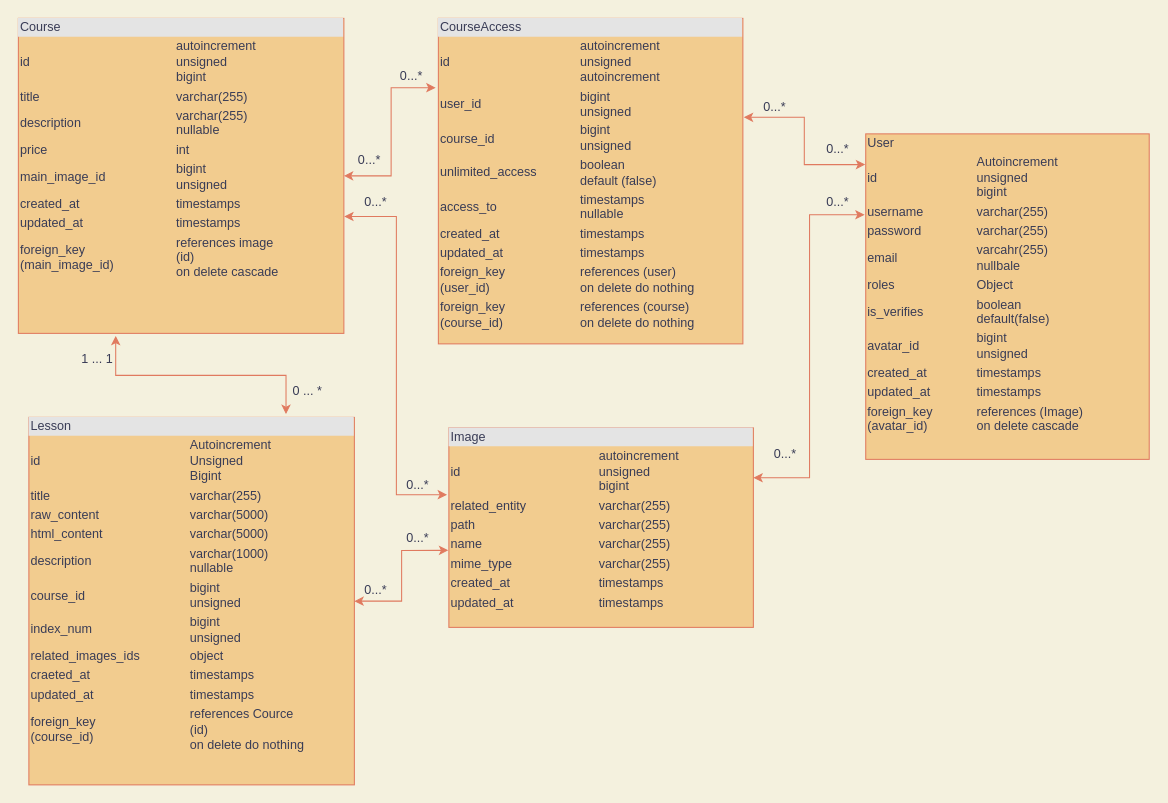
Before: page "Entity-tables" (1 of 2) of UML.drawio in ilya372317/LMS-docker-pack, a draw.io diagram. Source tidied: cells renumbered, new cells numbered last; positions are measured from the earlier drawing's top-left corner, leaving out a move shared by most shapes. Both pictures are drawn from the tidied source at 105%, with x=0, y=0 at pixel (18, 18).
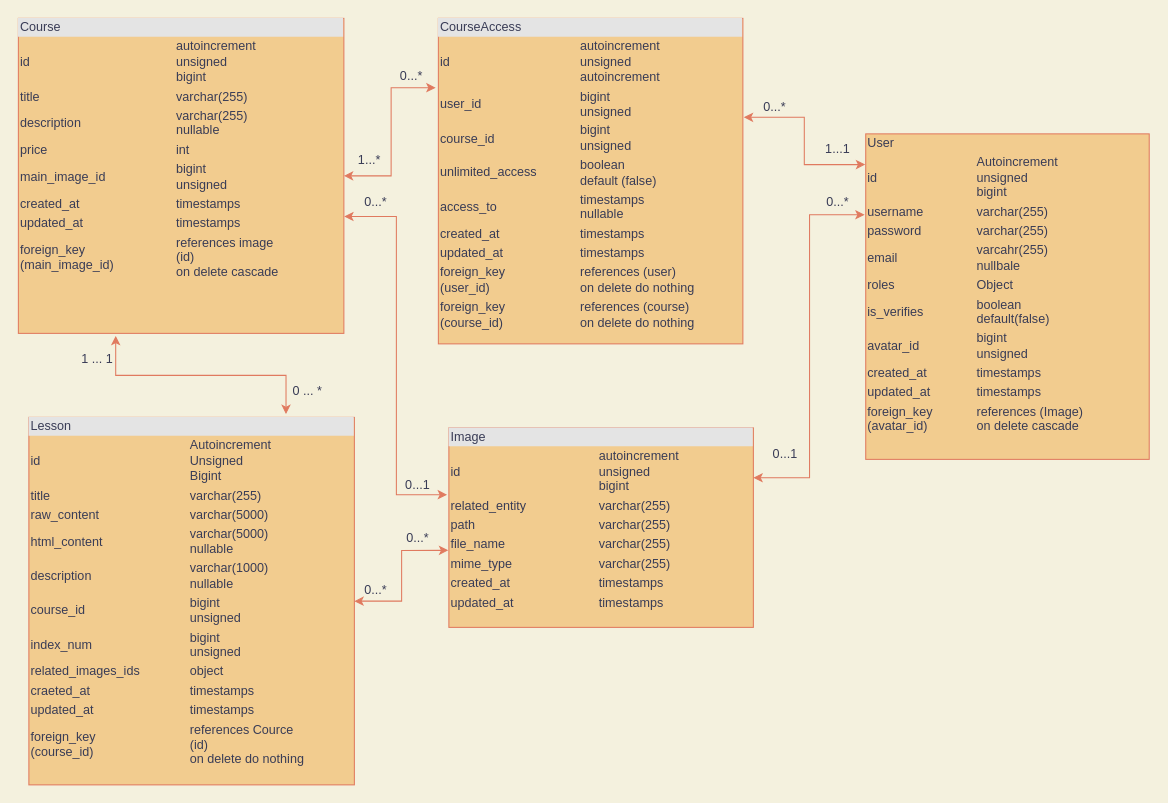
The same page after the edit.

Commit message (it also covers changes not shown here):
writing diagram for images

What changed in the source:
```diff
@@
-    <mxCell id="2" value="&lt;div style=&quot;box-sizing:border-box;width:100%;background:#e4e4e4;padding:2px;&quot;&gt;Lesson&lt;/div&gt;&lt;table style=&quot;width:100%;font-size:1em;&quot; cellpadding=&quot;2&quot; cellspacing=&quot;0&quot;&gt;&lt;tbody&gt;&lt;tr&gt;&lt;td&gt;id&lt;/td&gt;&lt;td&gt;Autoincrement&lt;br&gt;Unsigned&lt;br&gt;Bigint&lt;/td&gt;&lt;/tr&gt;&lt;tr&gt;&lt;td&gt;title&lt;/td&gt;&lt;td&gt;varchar(255)&lt;/td&gt;&lt;/tr&gt;&lt;tr&gt;&lt;td&gt;raw_content&lt;/td&gt;&lt;td&gt;varchar(5000)&lt;/td&gt;&lt;/tr&gt;&lt;tr&gt;&lt;td&gt;html_content&lt;/td&gt;&lt;td&gt;varchar(5000)&lt;/td&gt;&lt;/tr&gt;&lt;tr&gt;&lt;td&gt;description&lt;/td&gt;&lt;td&gt;varchar(1000)&lt;br&gt;nullable&lt;/td&gt;&lt;/tr&gt;&lt;tr&gt;&lt;td&gt;course_id&lt;/td&gt;&lt;td&gt;bigint&lt;br&gt;unsigned&lt;/td&gt;&lt;/tr&gt;&lt;tr&gt;&lt;td&gt;index_num&lt;/td&gt;&lt;td&gt;bigint&lt;br&gt;unsigned&lt;/td&gt;&lt;/tr&gt;&lt;tr&gt;&lt;td&gt;related_images_ids&lt;/td&gt;&lt;td&gt;object&lt;/td&gt;&lt;/tr&gt;&lt;tr&gt;&lt;td&gt;craeted_at&lt;/td&gt;&lt;td&gt;timestamps&lt;/td&gt;&lt;/tr&gt;&lt;tr&gt;&lt;td&gt;updated_at&lt;/td&gt;&lt;td&gt;timestamps&lt;/td&gt;&lt;/tr&gt;&lt;tr&gt;&lt;td&gt;foreign_key&lt;br&gt;(course_id)&lt;/td&gt;&lt;td&gt;references Cource&lt;br&gt;(id)&lt;br&gt;on delete do nothing&lt;/td&gt;&lt;/tr&gt;&lt;/tbody&gt;&lt;/table&gt;" style="verticalAlign=top;align=left;overflow=fill;html=1;fillColor=#F2CC8F;strokeColor=#E07A5F;fontColor=#393C56;" parent="1" vertex="1">
+    <mxCell id="2" value="&lt;div style=&quot;box-sizing:border-box;width:100%;background:#e4e4e4;padding:2px;&quot;&gt;Lesson&lt;/div&gt;&lt;table style=&quot;width:100%;font-size:1em;&quot; cellpadding=&quot;2&quot; cellspacing=&quot;0&quot;&gt;&lt;tbody&gt;&lt;tr&gt;&lt;td&gt;id&lt;/td&gt;&lt;td&gt;Autoincrement&lt;br&gt;Unsigned&lt;br&gt;Bigint&lt;/td&gt;&lt;/tr&gt;&lt;tr&gt;&lt;td&gt;title&lt;/td&gt;&lt;td&gt;varchar(255)&lt;/td&gt;&lt;/tr&gt;&lt;tr&gt;&lt;td&gt;raw_content&lt;/td&gt;&lt;td&gt;varchar(5000)&lt;/td&gt;&lt;/tr&gt;&lt;tr&gt;&lt;td&gt;html_content&lt;/td&gt;&lt;td&gt;varchar(5000)&lt;br&gt;nullable&lt;/td&gt;&lt;/tr&gt;&lt;tr&gt;&lt;td&gt;description&lt;/td&gt;&lt;td&gt;varchar(1000)&lt;br&gt;nullable&lt;/td&gt;&lt;/tr&gt;&lt;tr&gt;&lt;td&gt;course_id&lt;/td&gt;&lt;td&gt;bigint&lt;br&gt;unsigned&lt;/td&gt;&lt;/tr&gt;&lt;tr&gt;&lt;td&gt;index_num&lt;/td&gt;&lt;td&gt;bigint&lt;br&gt;unsigned&lt;/td&gt;&lt;/tr&gt;&lt;tr&gt;&lt;td&gt;related_images_ids&lt;/td&gt;&lt;td&gt;object&lt;/td&gt;&lt;/tr&gt;&lt;tr&gt;&lt;td&gt;craeted_at&lt;/td&gt;&lt;td&gt;timestamps&lt;/td&gt;&lt;/tr&gt;&lt;tr&gt;&lt;td&gt;updated_at&lt;/td&gt;&lt;td&gt;timestamps&lt;/td&gt;&lt;/tr&gt;&lt;tr&gt;&lt;td&gt;foreign_key&lt;br&gt;(course_id)&lt;/td&gt;&lt;td&gt;references Cource&lt;br&gt;(id)&lt;br&gt;on delete do nothing&lt;/td&gt;&lt;/tr&gt;&lt;/tbody&gt;&lt;/table&gt;" style="verticalAlign=top;align=left;overflow=fill;html=1;fillColor=#F2CC8F;strokeColor=#E07A5F;fontColor=#393C56;" parent="1" vertex="1">
       <mxGeometry x="10" y="380" width="310" height="350" as="geometry" />
     </mxCell>
@@
-    <mxCell id="5" value="&lt;div style=&quot;box-sizing:border-box;width:100%;background:#e4e4e4;padding:2px;&quot;&gt;Image&lt;/div&gt;&lt;table style=&quot;width:100%;font-size:1em;&quot; cellpadding=&quot;2&quot; cellspacing=&quot;0&quot;&gt;&lt;tbody&gt;&lt;tr&gt;&lt;td&gt;id&lt;/td&gt;&lt;td&gt;autoincrement&lt;br&gt;unsigned&lt;br&gt;bigint&lt;/td&gt;&lt;/tr&gt;&lt;tr&gt;&lt;td&gt;related_entity&lt;/td&gt;&lt;td&gt;varchar(255)&lt;br&gt;&lt;/td&gt;&lt;/tr&gt;&lt;tr&gt;&lt;td&gt;path&lt;/td&gt;&lt;td&gt;varchar(255)&lt;/td&gt;&lt;/tr&gt;&lt;tr&gt;&lt;td&gt;name&lt;/td&gt;&lt;td&gt;varchar(255)&lt;/td&gt;&lt;/tr&gt;&lt;tr&gt;&lt;td&gt;mime_type&lt;/td&gt;&lt;td&gt;varchar(255)&lt;/td&gt;&lt;/tr&gt;&lt;tr&gt;&lt;td&gt;created_at&lt;/td&gt;&lt;td&gt;timestamps&lt;/td&gt;&lt;/tr&gt;&lt;tr&gt;&lt;td&gt;updated_at&lt;/td&gt;&lt;td&gt;timestamps&lt;/td&gt;&lt;/tr&gt;&lt;/tbody&gt;&lt;/table&gt;" style="verticalAlign=top;align=left;overflow=fill;html=1;fillColor=#F2CC8F;strokeColor=#E07A5F;fontColor=#393C56;" parent="1" vertex="1">
+    <mxCell id="5" value="&lt;div style=&quot;box-sizing:border-box;width:100%;background:#e4e4e4;padding:2px;&quot;&gt;Image&lt;/div&gt;&lt;table style=&quot;width:100%;font-size:1em;&quot; cellpadding=&quot;2&quot; cellspacing=&quot;0&quot;&gt;&lt;tbody&gt;&lt;tr&gt;&lt;td&gt;id&lt;/td&gt;&lt;td&gt;autoincrement&lt;br&gt;unsigned&lt;br&gt;bigint&lt;/td&gt;&lt;/tr&gt;&lt;tr&gt;&lt;td&gt;related_entity&lt;/td&gt;&lt;td&gt;varchar(255)&lt;br&gt;&lt;/td&gt;&lt;/tr&gt;&lt;tr&gt;&lt;td&gt;path&lt;/td&gt;&lt;td&gt;varchar(255)&lt;/td&gt;&lt;/tr&gt;&lt;tr&gt;&lt;td&gt;file_name&lt;/td&gt;&lt;td&gt;varchar(255)&lt;/td&gt;&lt;/tr&gt;&lt;tr&gt;&lt;td&gt;mime_type&lt;/td&gt;&lt;td&gt;varchar(255)&lt;/td&gt;&lt;/tr&gt;&lt;tr&gt;&lt;td&gt;created_at&lt;/td&gt;&lt;td&gt;timestamps&lt;/td&gt;&lt;/tr&gt;&lt;tr&gt;&lt;td&gt;updated_at&lt;/td&gt;&lt;td&gt;timestamps&lt;/td&gt;&lt;/tr&gt;&lt;/tbody&gt;&lt;/table&gt;" style="verticalAlign=top;align=left;overflow=fill;html=1;fillColor=#F2CC8F;strokeColor=#E07A5F;fontColor=#393C56;" parent="1" vertex="1">
       <mxGeometry x="410" y="390" width="290" height="190" as="geometry" />
     </mxCell>
@@
-    <mxCell id="16" value="0...*" style="text;html=1;align=center;verticalAlign=middle;strokeColor=none;fillColor=none;fontColor=#393C56;" parent="1" vertex="1">
+    <mxCell id="16" value="1...*" style="text;html=1;align=center;verticalAlign=middle;strokeColor=none;fillColor=none;fontColor=#393C56;" parent="1" vertex="1">
       <mxGeometry x="314" y="120" width="40" height="30" as="geometry" />
     </mxCell>
@@
-    <mxCell id="19" value="0...*" style="text;html=1;align=center;verticalAlign=middle;strokeColor=none;fillColor=none;fontColor=#393C56;" parent="1" vertex="1">
-      <mxGeometry x="360" y="430" width="40" height="30" as="geometry" />
+    <mxCell id="19" value="0...1" style="text;html=1;align=center;verticalAlign=middle;strokeColor=none;fillColor=none;fontColor=#393C56;" parent="1" vertex="1">
+      <mxGeometry x="355" y="430" width="50" height="30" as="geometry" />
     </mxCell>
@@
-    <mxCell id="22" value="0...*" style="text;html=1;align=center;verticalAlign=middle;strokeColor=none;fillColor=none;fontColor=#393C56;" parent="1" vertex="1">
-      <mxGeometry x="760" y="110" width="40" height="30" as="geometry" />
+    <mxCell id="22" value="1...1" style="text;html=1;align=center;verticalAlign=middle;strokeColor=none;fillColor=none;fontColor=#393C56;" parent="1" vertex="1">
+      <mxGeometry x="755" y="110" width="50" height="30" as="geometry" />
     </mxCell>
@@
-    <mxCell id="24" value="0...*" style="text;html=1;align=center;verticalAlign=middle;strokeColor=none;fillColor=none;fontColor=#393C56;" parent="1" vertex="1">
-      <mxGeometry x="710" y="400" width="40" height="30" as="geometry" />
+    <mxCell id="24" value="0...1" style="text;html=1;align=center;verticalAlign=middle;strokeColor=none;fillColor=none;fontColor=#393C56;" parent="1" vertex="1">
+      <mxGeometry x="705" y="400" width="50" height="30" as="geometry" />
     </mxCell>
```
